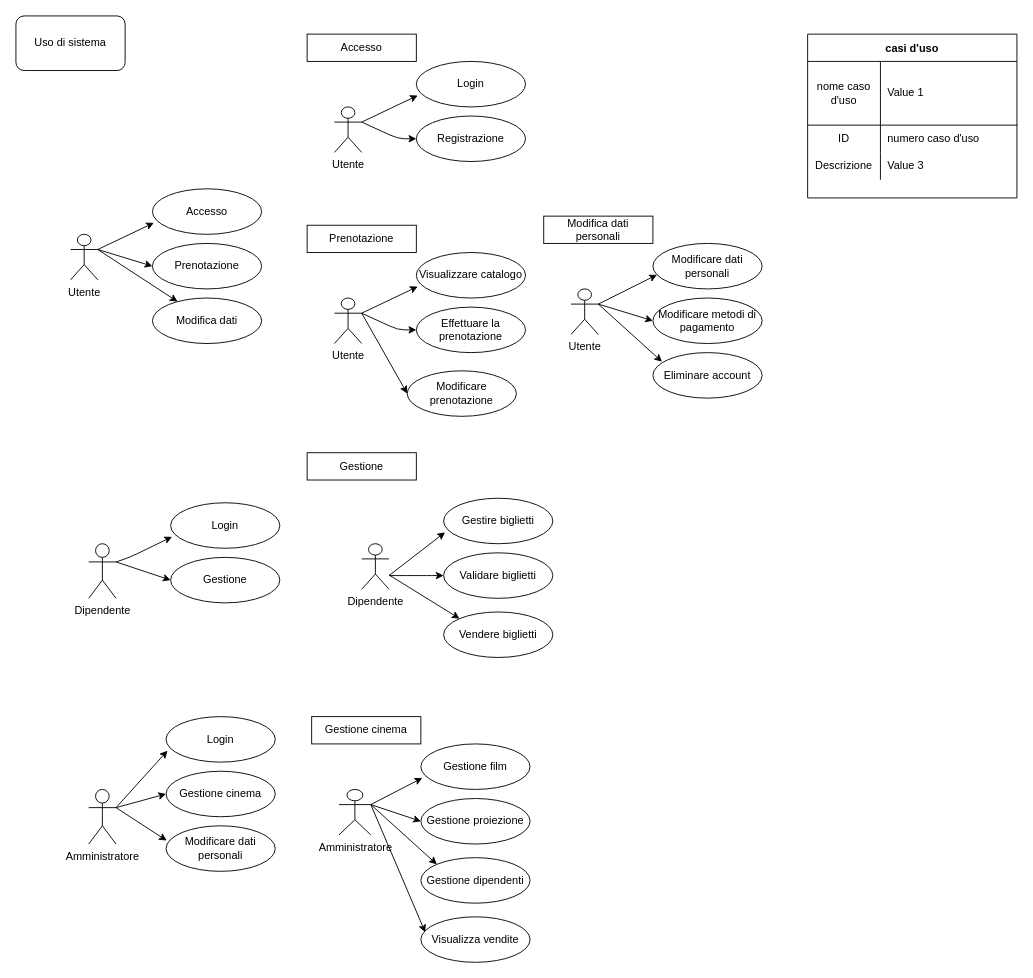
Earlier version of the draw.io diagram UML/casiD'uso.drawio (Franc3sco07/Cinema_Progetto). Source tidied: cells renumbered, new cells numbered last; positions are measured from the earlier drawing's top-left corner, leaving out a move shared by most shapes. Both pictures are drawn from the tidied source at 91%, with x=0, y=0 at pixel (15, 15).
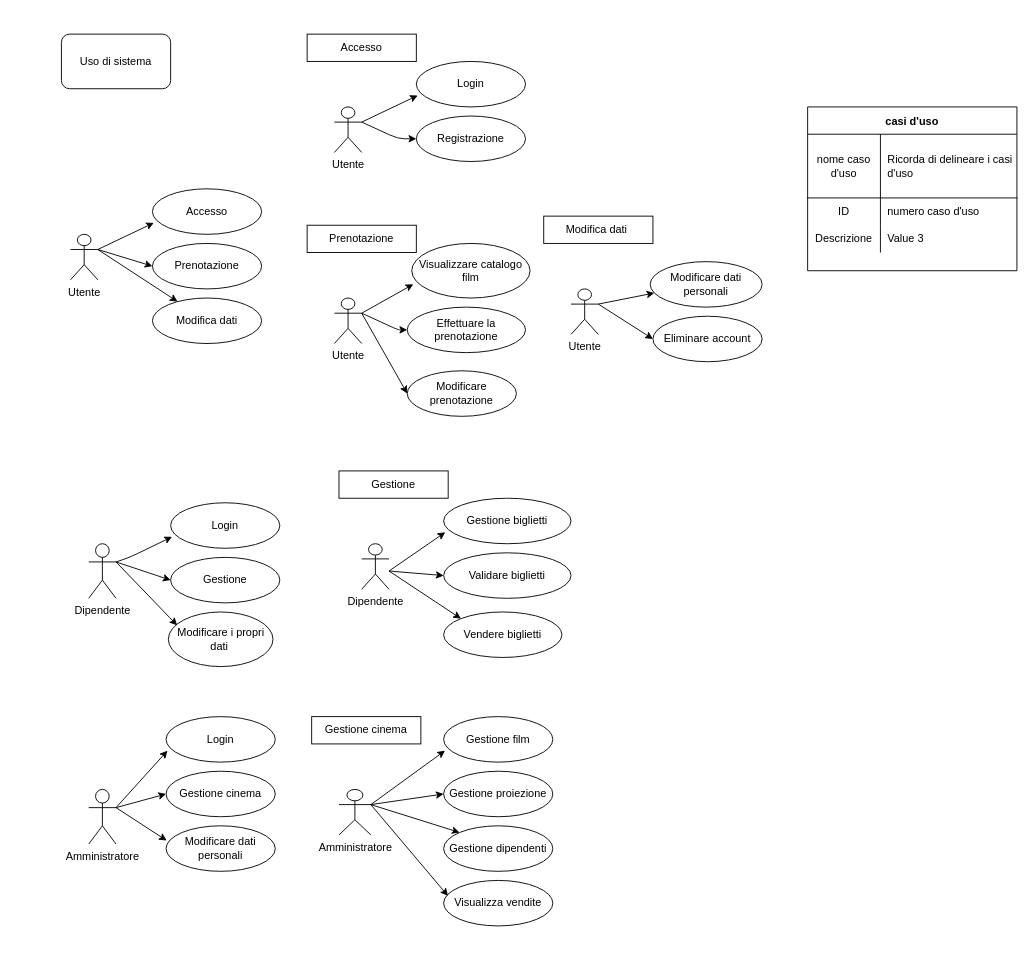
The same page after the edit.

Unchanged cells that the change refers to:
```xml
<mxCell id="3" value="Dipendente" style="shape=umlActor;verticalLabelPosition=bottom;verticalAlign=top;html=1;outlineConnect=0;" parent="1" vertex="1">
  <mxGeometry x="80" y="580" width="30" height="60" as="geometry" />
</mxCell>
<mxCell id="24" value="Utente" style="shape=umlActor;verticalLabelPosition=bottom;verticalAlign=top;html=1;outlineConnect=0;" parent="1" vertex="1">
  <mxGeometry x="610" y="300" width="30" height="50" as="geometry" />
</mxCell>
<mxCell id="36" value="Dipendente" style="shape=umlActor;verticalLabelPosition=bottom;verticalAlign=top;html=1;outlineConnect=0;" parent="1" vertex="1">
  <mxGeometry x="380" y="580" width="30" height="50" as="geometry" />
</mxCell>
<mxCell id="63" style="shape=partialRectangle;html=1;whiteSpace=wrap;fillColor=none;top=0;left=0;bottom=1;right=0;" parent="62" vertex="1">
  <mxGeometry y="30" width="230" height="70" as="geometry" />
</mxCell>
```

The edit, as a diff of the source:
```diff
@@
-    <mxCell id="17" value="Visualizzare catalogo" style="ellipse;whiteSpace=wrap;html=1;" parent="1" vertex="1">
-      <mxGeometry x="440" y="260" width="120" height="50" as="geometry" />
+    <mxCell id="17" value="Visualizzare catalogo film" style="ellipse;whiteSpace=wrap;html=1;" parent="1" vertex="1">
+      <mxGeometry x="435" y="250" width="130" height="60" as="geometry" />
     </mxCell>
@@
     <mxCell id="19" value="Effettuare la prenotazione" style="ellipse;whiteSpace=wrap;html=1;" parent="1" vertex="1">
-      <mxGeometry x="440" y="320" width="120" height="50" as="geometry" />
+      <mxGeometry x="430" y="320" width="130" height="50" as="geometry" />
     </mxCell>
@@
     <mxCell id="25" value="Modificare dati personali" style="ellipse;whiteSpace=wrap;html=1;" parent="1" vertex="1">
-      <mxGeometry x="700" y="250" width="120" height="50" as="geometry" />
+      <mxGeometry x="697" y="270" width="123" height="50" as="geometry" />
     </mxCell>
@@
-    <mxCell id="27" value="Modificare metodi di pagamento" style="ellipse;whiteSpace=wrap;html=1;" parent="1" vertex="1">
-      <mxGeometry x="700" y="310" width="120" height="50" as="geometry" />
-    </mxCell>
-    <mxCell id="28" style="endArrow=classic;html=1;entryX=0;entryY=0.5;entryDx=0;entryDy=0;exitX=1;exitY=0.3333333333333333;exitDx=0;exitDy=0;exitPerimeter=0;" parent="1" edge="1" source="24" target="27">
-      <mxGeometry relative="1" as="geometry" />
-    </mxCell>
-    <mxCell id="29" value="Modifica dati personali" style="rounded=0;whiteSpace=wrap;html=1;" parent="1" vertex="1">
+    <mxCell id="29" value="Modifica dati&amp;nbsp;" style="rounded=0;whiteSpace=wrap;html=1;" parent="1" vertex="1">
       <mxGeometry x="580" y="220" width="120" height="30" as="geometry" />
     </mxCell>
     <mxCell id="30" value="Eliminare account" style="ellipse;whiteSpace=wrap;html=1;" parent="1" vertex="1">
-      <mxGeometry x="700" y="370" width="120" height="50" as="geometry" />
+      <mxGeometry x="700" y="330" width="120" height="50" as="geometry" />
     </mxCell>
-    <mxCell id="31" style="endArrow=classic;html=1;exitX=1;exitY=0.3333333333333333;exitDx=0;exitDy=0;exitPerimeter=0;" parent="1" edge="1" source="24">
-      <mxGeometry relative="1" as="geometry">
-        <mxPoint x="710" y="380" as="targetPoint" />
-      </mxGeometry>
+    <mxCell id="31" style="endArrow=classic;html=1;exitX=1;exitY=0.3333333333333333;exitDx=0;exitDy=0;exitPerimeter=0;entryX=0;entryY=0.5;entryDx=0;entryDy=0;" parent="1" edge="1" source="24" target="30">
+      <mxGeometry relative="1" as="geometry" />
     </mxCell>
@@
-    <mxCell id="37" value="Gestire biglietti" style="ellipse;whiteSpace=wrap;html=1;" parent="1" vertex="1">
-      <mxGeometry x="470" y="530" width="120" height="50" as="geometry" />
+    <mxCell id="37" value="Gestione biglietti" style="ellipse;whiteSpace=wrap;html=1;" parent="1" vertex="1">
+      <mxGeometry x="470" y="530" width="140" height="50" as="geometry" />
     </mxCell>
     <mxCell id="38" style="endArrow=classic;html=1;entryX=0.013;entryY=0.748;entryDx=0;entryDy=0;entryPerimeter=0;" parent="1" edge="1" target="37">
       <mxGeometry relative="1" as="geometry">
-        <mxPoint x="410" y="615" as="sourcePoint" />
+        <mxPoint x="410" y="610" as="sourcePoint" />
       </mxGeometry>
     </mxCell>
     <mxCell id="39" value="Validare biglietti" style="ellipse;whiteSpace=wrap;html=1;" parent="1" vertex="1">
-      <mxGeometry x="470" y="590" width="120" height="50" as="geometry" />
+      <mxGeometry x="470" y="590" width="140" height="50" as="geometry" />
     </mxCell>
     <mxCell id="40" style="endArrow=classic;html=1;entryX=0;entryY=0.5;entryDx=0;entryDy=0;" parent="1" edge="1" target="39">
       <mxGeometry relative="1" as="geometry">
-        <mxPoint x="410" y="615" as="sourcePoint" />
-        <Array as="points">
-          <mxPoint x="440" y="615" />
-          <mxPoint x="450" y="615" />
-        </Array>
+        <mxPoint x="410" y="610" as="sourcePoint" />
       </mxGeometry>
     </mxCell>
     <mxCell id="41" value="Gestione" style="rounded=0;whiteSpace=wrap;html=1;" parent="1" vertex="1">
-      <mxGeometry x="320" y="480" width="120" height="30" as="geometry" />
+      <mxGeometry x="355" y="500" width="120" height="30" as="geometry" />
     </mxCell>
     <mxCell id="42" value="Vendere biglietti" style="ellipse;whiteSpace=wrap;html=1;" parent="1" vertex="1">
-      <mxGeometry x="470" y="655" width="120" height="50" as="geometry" />
+      <mxGeometry x="470" y="655" width="130" height="50" as="geometry" />
     </mxCell>
-    <mxCell id="43" style="endArrow=classic;html=1;entryX=0;entryY=0;entryDx=0;entryDy=0;" parent="1" edge="1" source="36" target="42">
-      <mxGeometry relative="1" as="geometry" />
+    <mxCell id="43" style="endArrow=classic;html=1;entryX=0;entryY=0;entryDx=0;entryDy=0;" parent="1" edge="1" target="42">
+      <mxGeometry relative="1" as="geometry">
+        <mxPoint x="410" y="610" as="sourcePoint" />
+      </mxGeometry>
     </mxCell>
@@
     <mxCell id="51" value="Gestione film" style="ellipse;whiteSpace=wrap;html=1;" parent="1" vertex="1">
-      <mxGeometry x="445" y="800" width="120" height="50" as="geometry" />
+      <mxGeometry x="470" y="770" width="120" height="50" as="geometry" />
     </mxCell>
@@
     <mxCell id="53" value="Gestione proiezione" style="ellipse;whiteSpace=wrap;html=1;" parent="1" vertex="1">
-      <mxGeometry x="445" y="860" width="120" height="50" as="geometry" />
+      <mxGeometry x="470" y="830" width="120" height="50" as="geometry" />
     </mxCell>
@@
     <mxCell id="56" value="Gestione dipendenti" style="ellipse;whiteSpace=wrap;html=1;" parent="1" vertex="1">
-      <mxGeometry x="445" y="925" width="120" height="50" as="geometry" />
+      <mxGeometry x="470" y="890" width="120" height="50" as="geometry" />
     </mxCell>
@@
     <mxCell id="58" value="Visualizza vendite" style="ellipse;whiteSpace=wrap;html=1;" parent="1" vertex="1">
-      <mxGeometry x="445" y="990" width="120" height="50" as="geometry" />
+      <mxGeometry x="470" y="950" width="120" height="50" as="geometry" />
     </mxCell>
@@
     <mxCell id="61" value="&lt;span&gt;Uso di sistema&lt;/span&gt;" style="rounded=1;whiteSpace=wrap;html=1;" parent="1" vertex="1">
-      <mxGeometry width="120" height="60" as="geometry" />
+      <mxGeometry x="50" y="20" width="120" height="60" as="geometry" />
     </mxCell>
     <mxCell id="62" value="casi d'uso" style="shape=table;startSize=30;childLayout=tableLayout;rowLines=0;fontStyle=1;align=center;" parent="1" vertex="1">
-      <mxGeometry x="870" y="20" width="230" height="180" as="geometry" />
+      <mxGeometry x="870" y="100" width="230" height="180" as="geometry" />
     </mxCell>
@@
-    <mxCell id="65" value="Value 1" style="shape=partialRectangle;html=1;whiteSpace=wrap;fillColor=none;top=0;left=0;bottom=0;right=0;align=left;spacingLeft=6;overflow=hidden;" parent="63" vertex="1">
+    <mxCell id="65" value="Ricorda di delineare i casi d'uso" style="shape=partialRectangle;html=1;whiteSpace=wrap;fillColor=none;top=0;left=0;bottom=0;right=0;align=left;spacingLeft=6;overflow=hidden;" parent="63" vertex="1">
       <mxGeometry x="80" width="150" height="70" as="geometry" />
     </mxCell>
@@
+    <mxCell id="72" value="Modificare i propri dati&amp;nbsp;" style="ellipse;whiteSpace=wrap;html=1;" parent="1" vertex="1">
+      <mxGeometry x="167.5" y="655" width="115" height="60" as="geometry" />
+    </mxCell>
+    <mxCell id="73" style="endArrow=classic;html=1;entryX=0.084;entryY=0.245;entryDx=0;entryDy=0;exitX=1;exitY=0.3333333333333333;exitDx=0;exitDy=0;exitPerimeter=0;entryPerimeter=0;" parent="1" edge="1" source="3" target="72">
+      <mxGeometry relative="1" as="geometry" />
+    </mxCell>
```
